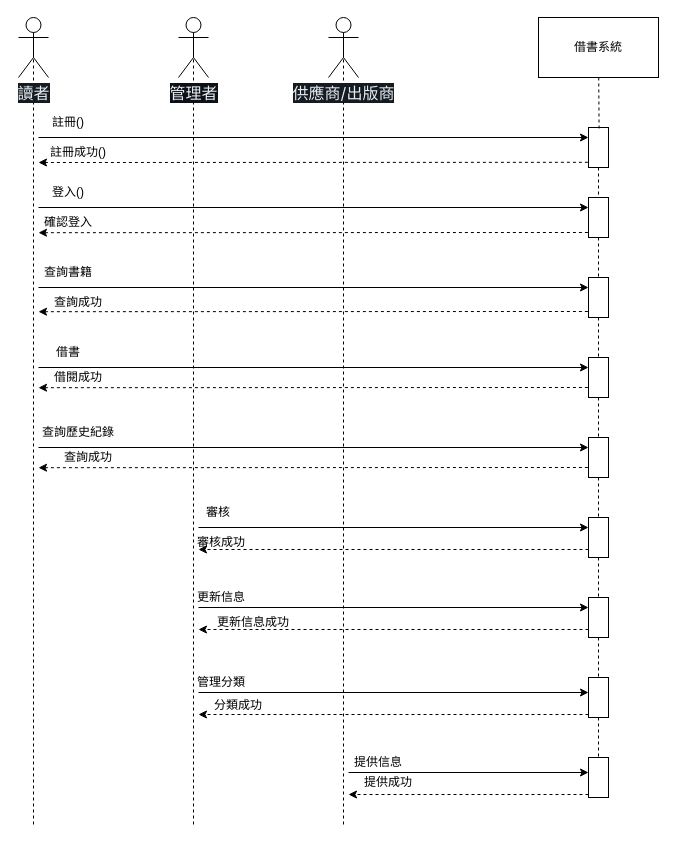
YaXun1103/112-2FinalPorject keeps this draw.io diagram as page "系統循序圖" (3 of 4) of main.drawio. Above is the earlier version. Source tidied: cells renumbered, new cells numbered last; positions are measured from the earlier drawing's top-left corner, leaving out a move shared by most shapes. Both pictures are drawn from the tidied source at 100%, with x=0, y=0 at pixel (18, 17).
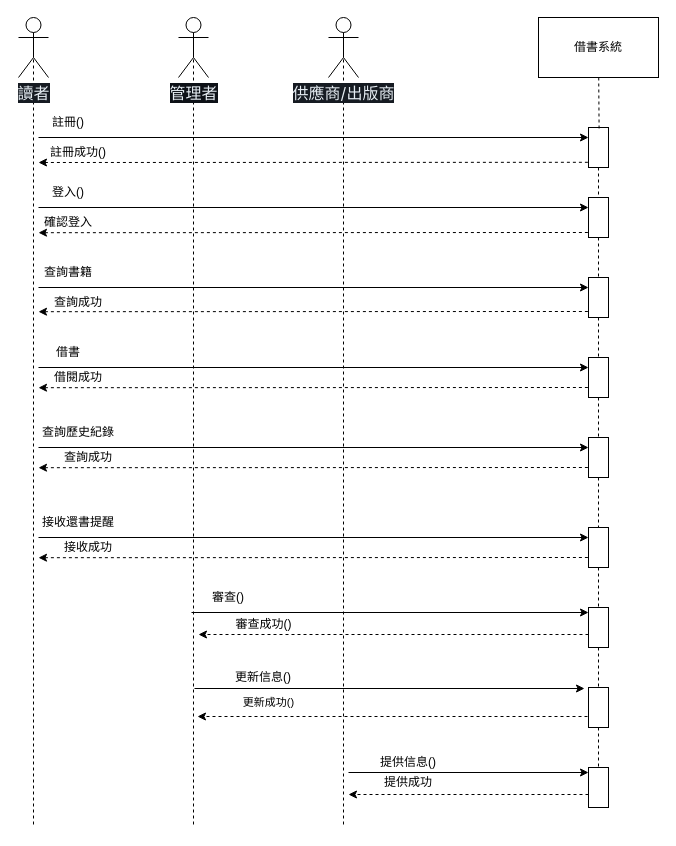
The same page after the edit.

Unchanged cells that the change refers to:
```xml
<mxCell id="28" style="html=1;points=[];perimeter=orthogonalPerimeter;" parent="1" vertex="1">
  <mxGeometry x="570" y="420" width="20" height="40" as="geometry" />
</mxCell>
```

Change to the diagram source:
```diff
@@
-    <mxCell id="27" style="edgeStyle=none;html=1;dashed=1;endArrow=none;endFill=0;" parent="1" edge="1" source="28" target="37">
-      <mxGeometry relative="1" as="geometry" />
-    </mxCell>
+    <mxCell id="63" style="edgeStyle=none;html=1;dashed=1;startArrow=none;startFill=0;endArrow=none;endFill=0;" parent="1" edge="1" source="28" target="69">
+      <mxGeometry relative="1" as="geometry" />
+    </mxCell>
@@
-    <mxCell id="33" style="endArrow=classic;html=1;entryX=0;entryY=0.25;entryDx=0;entryDy=0;entryPerimeter=0;" parent="1" edge="1">
-      <mxGeometry relative="1" as="geometry">
-        <mxPoint x="180" y="510" as="sourcePoint" />
-        <mxPoint x="570" y="510" as="targetPoint" />
-      </mxGeometry>
-    </mxCell>
-    <mxCell id="34" value="審核" style="text;html=1;strokeColor=none;fillColor=none;align=center;verticalAlign=middle;whiteSpace=wrap;rounded=0;" parent="1" vertex="1">
-      <mxGeometry x="170" y="480" width="60" height="30" as="geometry" />
-    </mxCell>
-    <mxCell id="35" style="endArrow=classic;html=1;dashed=1;exitX=-0.03;exitY=0.87;exitDx=0;exitDy=0;exitPerimeter=0;" parent="1" edge="1">
-      <mxGeometry relative="1" as="geometry">
-        <mxPoint x="570" y="532" as="sourcePoint" />
-        <mxPoint x="180" y="532" as="targetPoint" />
-      </mxGeometry>
-    </mxCell>
-    <mxCell id="36" style="edgeStyle=none;html=1;dashed=1;endArrow=none;endFill=0;" parent="1" edge="1" source="37" target="42">
-      <mxGeometry relative="1" as="geometry" />
-    </mxCell>
-    <mxCell id="37" style="html=1;points=[];perimeter=orthogonalPerimeter;" parent="1" vertex="1">
-      <mxGeometry x="570" y="500" width="20" height="40" as="geometry" />
-    </mxCell>
@@
-    <mxCell id="41" style="edgeStyle=none;html=1;dashed=1;endArrow=none;endFill=0;" parent="1" edge="1" source="42" target="47">
-      <mxGeometry relative="1" as="geometry" />
-    </mxCell>
-    <mxCell id="42" style="html=1;points=[];perimeter=orthogonalPerimeter;" parent="1" vertex="1">
-      <mxGeometry x="570" y="580" width="20" height="40" as="geometry" />
-    </mxCell>
-    <mxCell id="43" style="endArrow=classic;html=1;entryX=0;entryY=0.25;entryDx=0;entryDy=0;entryPerimeter=0;" parent="1" edge="1">
-      <mxGeometry relative="1" as="geometry">
-        <mxPoint x="180" y="590" as="sourcePoint" />
-        <mxPoint x="570" y="590" as="targetPoint" />
-      </mxGeometry>
-    </mxCell>
-    <mxCell id="44" value="更新信息" style="text;html=1;strokeColor=none;fillColor=none;align=center;verticalAlign=middle;whiteSpace=wrap;rounded=0;" parent="1" vertex="1">
-      <mxGeometry x="173" y="565" width="60" height="30" as="geometry" />
-    </mxCell>
-    <mxCell id="45" style="endArrow=classic;html=1;dashed=1;exitX=-0.03;exitY=0.87;exitDx=0;exitDy=0;exitPerimeter=0;" parent="1" edge="1">
-      <mxGeometry relative="1" as="geometry">
-        <mxPoint x="570" y="612" as="sourcePoint" />
-        <mxPoint x="180" y="612" as="targetPoint" />
-      </mxGeometry>
-    </mxCell>
-    <mxCell id="46" style="edgeStyle=none;html=1;dashed=1;endArrow=none;endFill=0;" parent="1" edge="1" source="47" target="51">
-      <mxGeometry relative="1" as="geometry" />
-    </mxCell>
-    <mxCell id="47" style="html=1;points=[];perimeter=orthogonalPerimeter;" parent="1" vertex="1">
-      <mxGeometry x="570" y="660" width="20" height="40" as="geometry" />
-    </mxCell>
-    <mxCell id="48" style="endArrow=classic;html=1;entryX=0;entryY=0.25;entryDx=0;entryDy=0;entryPerimeter=0;" parent="1" edge="1">
-      <mxGeometry relative="1" as="geometry">
-        <mxPoint x="180" y="675" as="sourcePoint" />
-        <mxPoint x="570" y="675" as="targetPoint" />
-      </mxGeometry>
-    </mxCell>
-    <mxCell id="49" value="管理分類" style="text;html=1;strokeColor=none;fillColor=none;align=center;verticalAlign=middle;whiteSpace=wrap;rounded=0;" parent="1" vertex="1">
-      <mxGeometry x="173" y="650" width="60" height="30" as="geometry" />
-    </mxCell>
-    <mxCell id="50" style="endArrow=classic;html=1;dashed=1;exitX=-0.03;exitY=0.87;exitDx=0;exitDy=0;exitPerimeter=0;" parent="1" edge="1">
-      <mxGeometry relative="1" as="geometry">
-        <mxPoint x="570" y="697" as="sourcePoint" />
-        <mxPoint x="180" y="697" as="targetPoint" />
-      </mxGeometry>
-    </mxCell>
-    <mxCell id="51" style="html=1;points=[];perimeter=orthogonalPerimeter;" parent="1" vertex="1">
-      <mxGeometry x="570" y="740" width="20" height="40" as="geometry" />
-    </mxCell>
-    <mxCell id="52" style="endArrow=classic;html=1;entryX=0;entryY=0.25;entryDx=0;entryDy=0;entryPerimeter=0;" parent="1" edge="1">
-      <mxGeometry relative="1" as="geometry">
-        <mxPoint x="330" y="755" as="sourcePoint" />
-        <mxPoint x="570" y="755" as="targetPoint" />
-      </mxGeometry>
-    </mxCell>
-    <mxCell id="53" value="提供信息" style="text;html=1;strokeColor=none;fillColor=none;align=center;verticalAlign=middle;whiteSpace=wrap;rounded=0;" parent="1" vertex="1">
-      <mxGeometry x="330" y="730" width="60" height="30" as="geometry" />
-    </mxCell>
-    <mxCell id="54" style="endArrow=classic;html=1;dashed=1;exitX=-0.03;exitY=0.87;exitDx=0;exitDy=0;exitPerimeter=0;" parent="1" edge="1">
-      <mxGeometry relative="1" as="geometry">
-        <mxPoint x="570" y="777" as="sourcePoint" />
-        <mxPoint x="330" y="777" as="targetPoint" />
-      </mxGeometry>
-    </mxCell>
@@
-    <mxCell id="59" value="審核成功" style="text;html=1;strokeColor=none;fillColor=none;align=center;verticalAlign=middle;whiteSpace=wrap;rounded=0;" parent="1" vertex="1">
-      <mxGeometry x="173" y="510" width="60" height="30" as="geometry" />
-    </mxCell>
-    <mxCell id="60" value="更新信息成功" style="text;html=1;strokeColor=none;fillColor=none;align=center;verticalAlign=middle;whiteSpace=wrap;rounded=0;" parent="1" vertex="1">
-      <mxGeometry x="190" y="590" width="90" height="30" as="geometry" />
-    </mxCell>
-    <mxCell id="61" value="分類成功" style="text;html=1;strokeColor=none;fillColor=none;align=center;verticalAlign=middle;whiteSpace=wrap;rounded=0;" parent="1" vertex="1">
-      <mxGeometry x="190" y="673" width="60" height="30" as="geometry" />
-    </mxCell>
+    <mxCell id="64" style="text;html=1;align=center;verticalAlign=middle;strokeColor=none;fillColor=none;" parent="1" vertex="1">
+      <mxGeometry x="333" y="665" width="20" height="30" as="geometry" />
+    </mxCell>
+    <mxCell id="65" style="endArrow=classic;html=1;entryX=0;entryY=0.25;entryDx=0;entryDy=0;entryPerimeter=0;exitX=0;exitY=0;exitDx=0;exitDy=0;" parent="1" edge="1">
+      <mxGeometry relative="1" as="geometry">
+        <mxPoint x="173" y="595" as="sourcePoint" />
+        <mxPoint x="570" y="595" as="targetPoint" />
+      </mxGeometry>
+    </mxCell>
+    <mxCell id="66" value="審查()" style="text;html=1;strokeColor=none;fillColor=none;align=center;verticalAlign=middle;whiteSpace=wrap;rounded=0;" parent="1" vertex="1">
+      <mxGeometry x="180" y="565" width="60" height="30" as="geometry" />
+    </mxCell>
+    <mxCell id="67" style="endArrow=classic;html=1;dashed=1;exitX=-0.03;exitY=0.87;exitDx=0;exitDy=0;exitPerimeter=0;" parent="1" edge="1">
+      <mxGeometry relative="1" as="geometry">
+        <mxPoint x="570" y="617" as="sourcePoint" />
+        <mxPoint x="180" y="617" as="targetPoint" />
+      </mxGeometry>
+    </mxCell>
+    <mxCell id="68" style="edgeStyle=none;html=1;dashed=1;endArrow=none;endFill=0;" parent="1" edge="1" source="69" target="71">
+      <mxGeometry relative="1" as="geometry" />
+    </mxCell>
+    <mxCell id="69" style="html=1;points=[];perimeter=orthogonalPerimeter;" parent="1" vertex="1">
+      <mxGeometry x="570" y="510" width="20" height="40" as="geometry" />
+    </mxCell>
+    <mxCell id="70" style="edgeStyle=none;html=1;dashed=1;endArrow=none;endFill=0;" parent="1" edge="1" source="71" target="76">
+      <mxGeometry relative="1" as="geometry" />
+    </mxCell>
+    <mxCell id="71" style="html=1;points=[];perimeter=orthogonalPerimeter;" parent="1" vertex="1">
+      <mxGeometry x="570" y="590" width="20" height="40" as="geometry" />
+    </mxCell>
+    <mxCell id="72" style="endArrow=classic;html=1;entryX=0;entryY=0.25;entryDx=0;entryDy=0;entryPerimeter=0;" parent="1" edge="1">
+      <mxGeometry relative="1" as="geometry">
+        <mxPoint x="176" y="671" as="sourcePoint" />
+        <mxPoint x="566" y="671" as="targetPoint" />
+      </mxGeometry>
+    </mxCell>
+    <mxCell id="73" value="更新信息()" style="text;html=1;strokeColor=none;fillColor=none;align=center;verticalAlign=middle;whiteSpace=wrap;rounded=0;" parent="1" vertex="1">
+      <mxGeometry x="215" y="645" width="60" height="30" as="geometry" />
+    </mxCell>
+    <mxCell id="74" style="endArrow=classic;html=1;dashed=1;exitX=-0.03;exitY=0.87;exitDx=0;exitDy=0;exitPerimeter=0;" parent="1" edge="1">
+      <mxGeometry relative="1" as="geometry">
+        <mxPoint x="569" y="699" as="sourcePoint" />
+        <mxPoint x="179" y="699" as="targetPoint" />
+      </mxGeometry>
+    </mxCell>
+    <mxCell id="75" style="edgeStyle=none;html=1;dashed=1;endArrow=none;endFill=0;" parent="1" edge="1" source="76" target="77">
+      <mxGeometry relative="1" as="geometry" />
+    </mxCell>
+    <mxCell id="76" style="html=1;points=[];perimeter=orthogonalPerimeter;" parent="1" vertex="1">
+      <mxGeometry x="570" y="670" width="20" height="40" as="geometry" />
+    </mxCell>
+    <mxCell id="77" style="html=1;points=[];perimeter=orthogonalPerimeter;" parent="1" vertex="1">
+      <mxGeometry x="570" y="750" width="20" height="40" as="geometry" />
+    </mxCell>
+    <mxCell id="78" value="&lt;span style=&quot;font-size: 12px;&quot;&gt;審查成功()&lt;/span&gt;" style="text;html=1;align=center;verticalAlign=middle;strokeColor=none;fillColor=none;fontSize=18;" parent="1" vertex="1">
+      <mxGeometry x="205" y="585" width="80" height="40" as="geometry" />
+    </mxCell>
+    <mxCell id="79" value="&lt;span style=&quot;&quot;&gt;更新成功()&lt;/span&gt;" style="text;html=1;align=center;verticalAlign=middle;strokeColor=none;fillColor=none;fontSize=11;" parent="1" vertex="1">
+      <mxGeometry x="215" y="670" width="70" height="30" as="geometry" />
+    </mxCell>
+    <mxCell id="80" value="接收還書提醒" style="text;html=1;strokeColor=none;fillColor=none;align=center;verticalAlign=middle;whiteSpace=wrap;rounded=0;" parent="1" vertex="1">
+      <mxGeometry x="20" y="490" width="80" height="30" as="geometry" />
+    </mxCell>
+    <mxCell id="81" style="endArrow=classic;html=1;entryX=0;entryY=0.25;entryDx=0;entryDy=0;entryPerimeter=0;" parent="1" edge="1">
+      <mxGeometry relative="1" as="geometry">
+        <mxPoint x="20" y="520" as="sourcePoint" />
+        <mxPoint x="570" y="520" as="targetPoint" />
+      </mxGeometry>
+    </mxCell>
+    <mxCell id="82" style="endArrow=classic;html=1;dashed=1;exitX=-0.03;exitY=0.87;exitDx=0;exitDy=0;exitPerimeter=0;" parent="1" edge="1">
+      <mxGeometry relative="1" as="geometry">
+        <mxPoint x="569.4" y="540" as="sourcePoint" />
+        <mxPoint x="20" y="540.2" as="targetPoint" />
+      </mxGeometry>
+    </mxCell>
+    <mxCell id="83" value="接收成功" style="text;html=1;strokeColor=none;fillColor=none;align=center;verticalAlign=middle;whiteSpace=wrap;rounded=0;" parent="1" vertex="1">
+      <mxGeometry x="30" y="515" width="80" height="30" as="geometry" />
+    </mxCell>
+    <mxCell id="84" style="endArrow=classic;html=1;entryX=0;entryY=0.25;entryDx=0;entryDy=0;entryPerimeter=0;" parent="1" edge="1">
+      <mxGeometry relative="1" as="geometry">
+        <mxPoint x="330" y="755" as="sourcePoint" />
+        <mxPoint x="570" y="755" as="targetPoint" />
+      </mxGeometry>
+    </mxCell>
+    <mxCell id="85" value="提供信息()" style="text;html=1;strokeColor=none;fillColor=none;align=center;verticalAlign=middle;whiteSpace=wrap;rounded=0;" parent="1" vertex="1">
+      <mxGeometry x="330" y="730" width="120" height="30" as="geometry" />
+    </mxCell>
+    <mxCell id="86" style="endArrow=classic;html=1;dashed=1;exitX=-0.03;exitY=0.87;exitDx=0;exitDy=0;exitPerimeter=0;" parent="1" edge="1">
+      <mxGeometry relative="1" as="geometry">
+        <mxPoint x="570" y="777" as="sourcePoint" />
+        <mxPoint x="330" y="777" as="targetPoint" />
+      </mxGeometry>
+    </mxCell>
     <mxCell id="62" value="提供成功" style="text;html=1;strokeColor=none;fillColor=none;align=center;verticalAlign=middle;whiteSpace=wrap;rounded=0;" parent="1" vertex="1">
-      <mxGeometry x="340" y="750" width="60" height="30" as="geometry" />
+      <mxGeometry x="360" y="750" width="60" height="30" as="geometry" />
     </mxCell>
```
